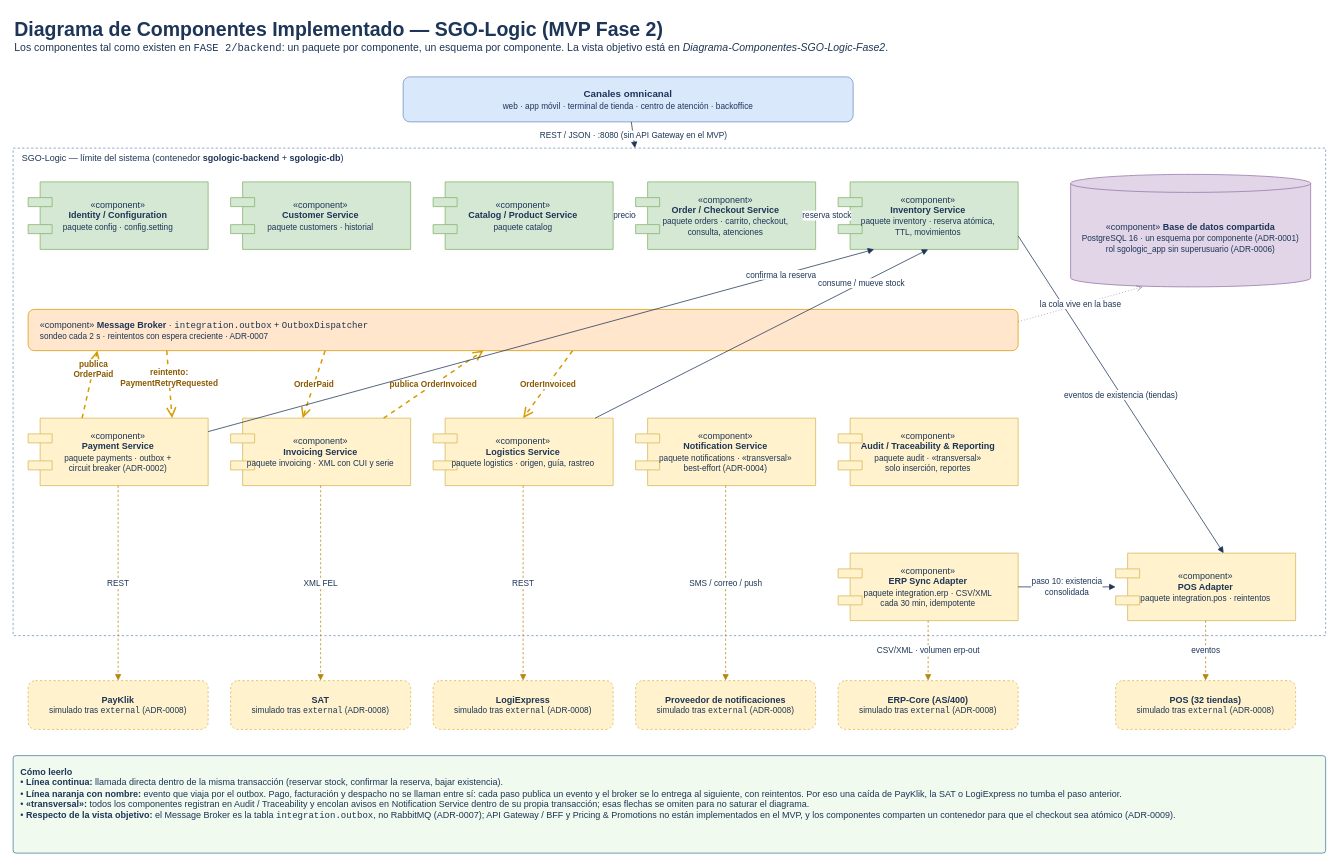
This is FASE 2/DRAWIO/Diagrama-Componentes-Implementado-SGO-Logic-Fase2.drawio from jRodas497/AYD2_A_2S2025_PROYECTO_G3, a draw.io file, before an edit. Source tidied: cells renumbered, new cells numbered last; positions are measured from the earlier drawing's top-left corner, leaving out a move shared by most shapes. Both pictures are drawn from the tidied source at 75%, with x=0, y=0 at pixel (13, 13).
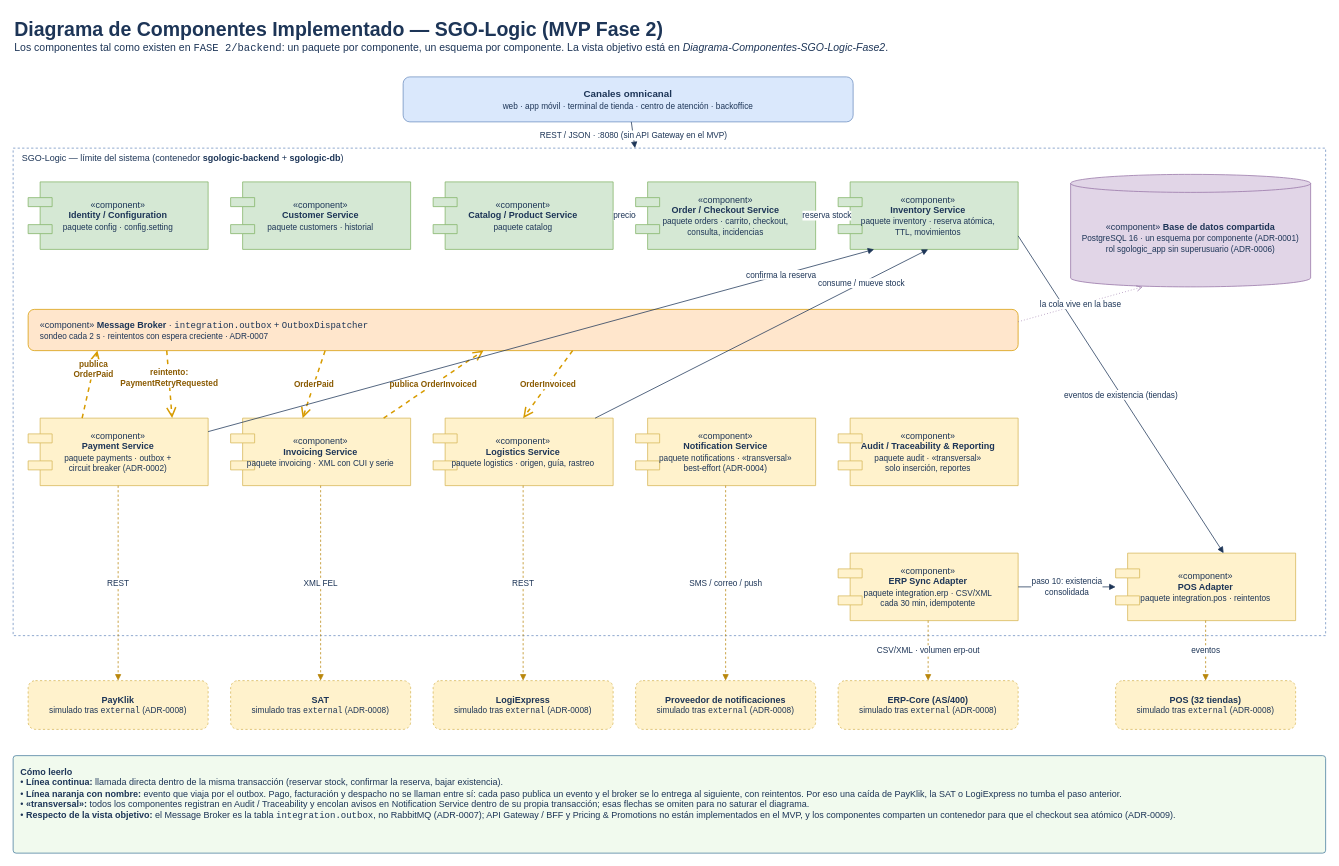
After the change.

Commit message (it also covers changes not shown here):
202109114: se alinearon los diagramas con las incidencias integradas y la migracion V8

Change to the diagram source:
```diff
@@
-    <mxCell id="9" value="«component»&lt;br&gt;&lt;b&gt;Order / Checkout Service&lt;/b&gt;&lt;br&gt;&lt;font style='font-size:11px'&gt;paquete orders · carrito, checkout,&lt;br&gt;consulta, atenciones&lt;/font&gt;" style="shape=component;align=center;whiteSpace=wrap;html=1;fontColor=#1D3557;fontSize=12;fillColor=#D5E8D4;strokeColor=#82B366;" parent="1" vertex="1">
+    <mxCell id="9" value="«component»&lt;br&gt;&lt;b&gt;Order / Checkout Service&lt;/b&gt;&lt;br&gt;&lt;font style='font-size:11px'&gt;paquete orders · carrito, checkout,&lt;br&gt;consulta, incidencias&lt;/font&gt;" style="shape=component;align=center;whiteSpace=wrap;html=1;fontColor=#1D3557;fontSize=12;fillColor=#D5E8D4;strokeColor=#82B366;" parent="1" vertex="1">
       <mxGeometry x="830" y="225" width="240" height="90" as="geometry" />
     </mxCell>
```
